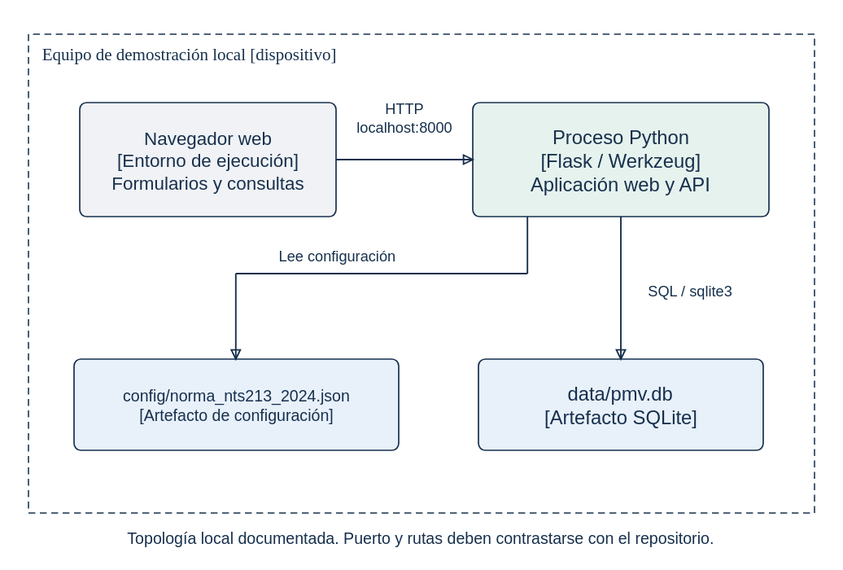
Earlier version of the PlantUML export diagramas/svg/07_despliegue.svg (woshtsu/ProcesosSoftwareAnemia). Its source is kept beside it as diagramas/src/07_despliegue.puml.
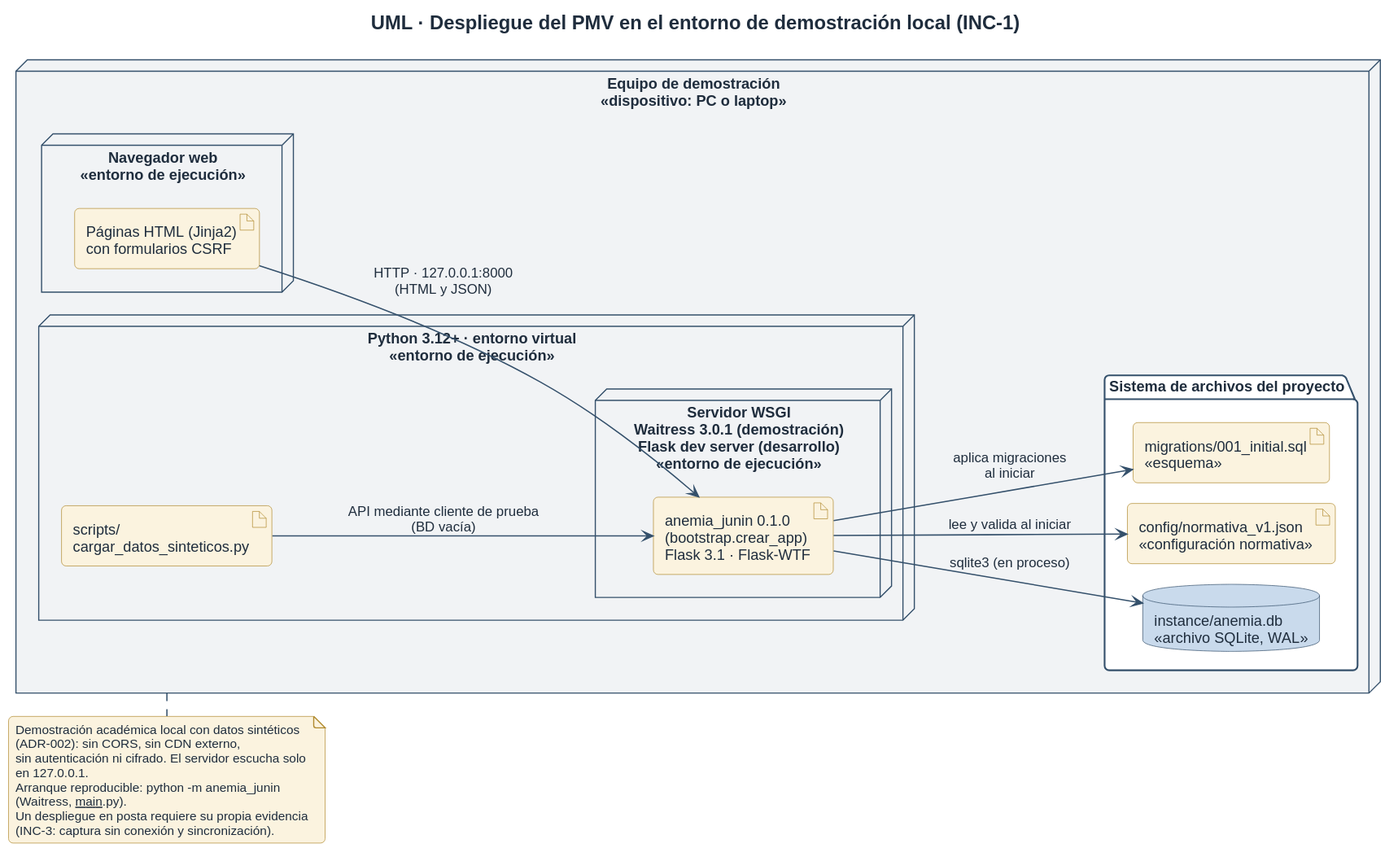
Above is the later version.

What changed in the source:
```diff
@@ -24,12 +24,12 @@
 app --> db : sqlite3 (en proceso)
 app --> norma : lee y valida al iniciar
 app --> sql : aplica migraciones\nal iniciar
-seed --> db : datos sintéticos\n(BD vacía)
+seed --> app : API mediante cliente de prueba\n(BD vacía)
 
 note bottom of equipo
   Demostración académica local con datos sintéticos (ADR-002): sin CORS, sin CDN externo,
   sin autenticación ni cifrado. El servidor escucha solo en 127.0.0.1.
-  El repositorio no incluye aún un script de arranque con Waitress (ver T-008).
+  Arranque reproducible: python -m anemia_junin (Waitress, __main__.py).
   Un despliegue en posta requiere su propia evidencia (INC-3: captura sin conexión y sincronización).
 end note
 @enduml
```
